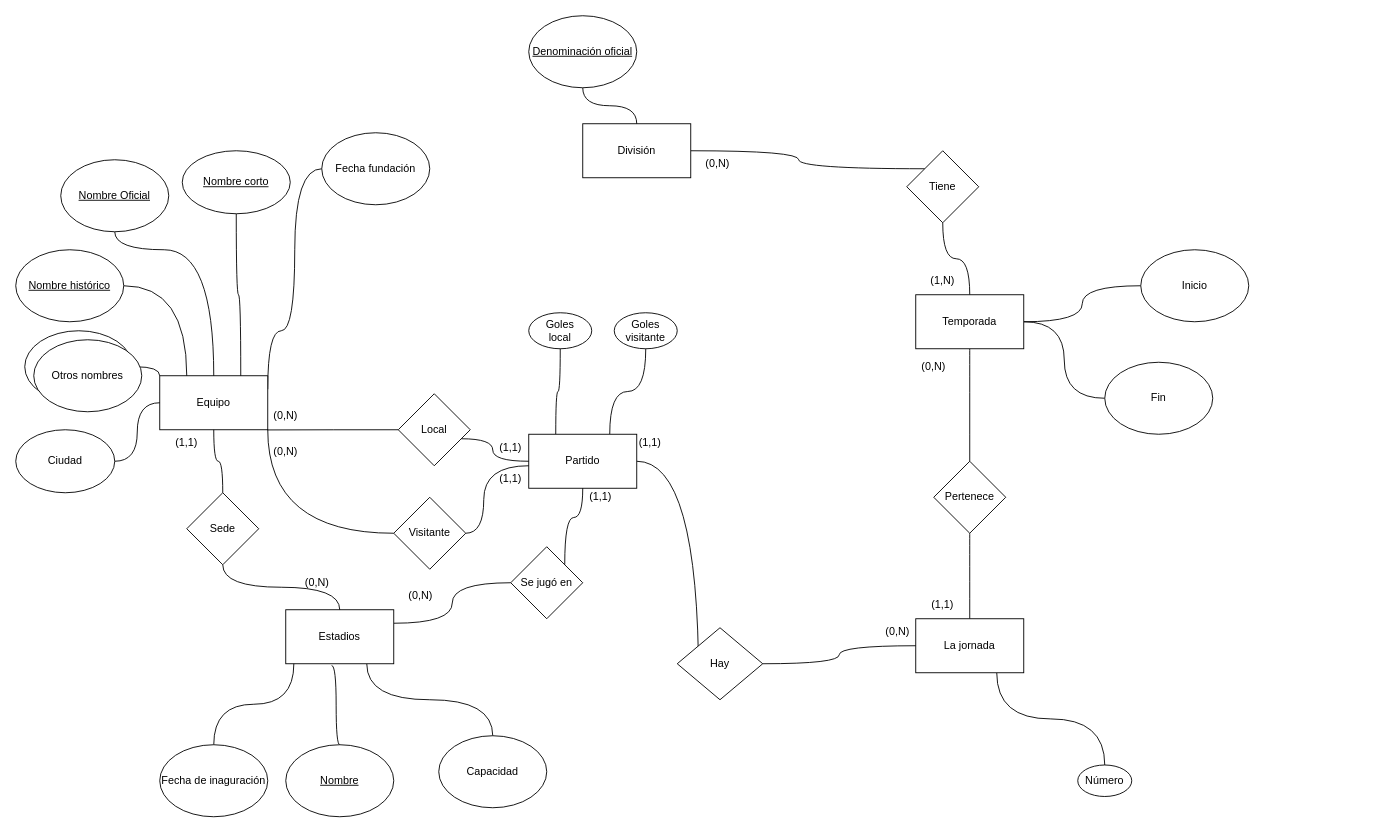
Above: draws/LigaFutbol.drawio in Practicass/Practica1_LigaFutbol (draw.io), before the change. Source tidied: cells renumbered, new cells numbered last; positions are measured from the earlier drawing's top-left corner, leaving out a move shared by most shapes. Both pictures are drawn from the tidied source at 90%, with x=0, y=0 at pixel (15, 15).
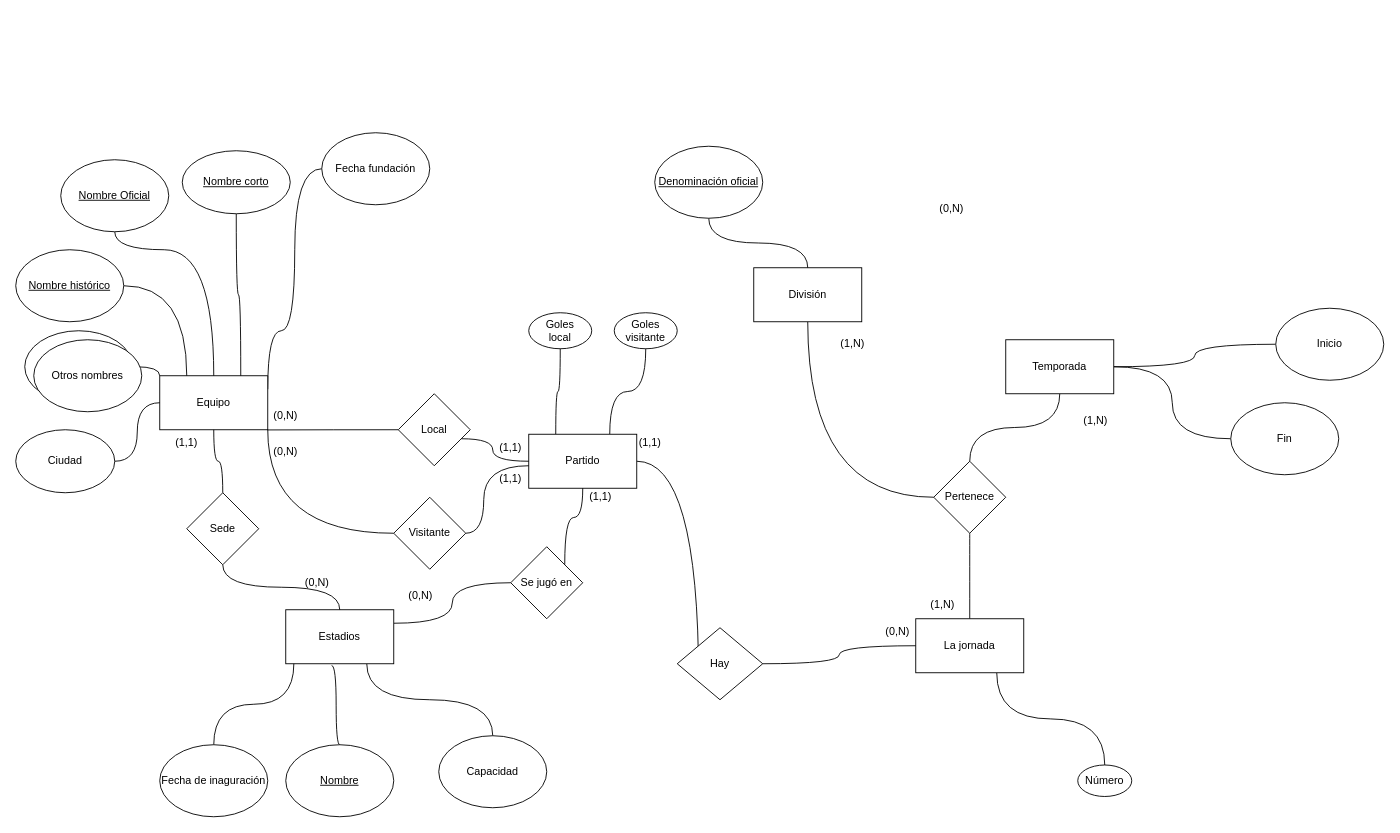
Above is the later version.

The change refers to these unchanged cells:
```xml
<mxCell id="34" value="Pertenece" style="rhombus;whiteSpace=wrap;html=1;" parent="1" vertex="1">
  <mxGeometry x="1020" y="495" width="80" height="80" as="geometry" />
</mxCell>
```

What changed in the source:
```diff
@@
-    <mxCell id="7" style="edgeStyle=orthogonalEdgeStyle;curved=1;rounded=0;jettySize=auto;html=1;entryX=0.5;entryY=1;entryDx=0;entryDy=0;strokeWidth=1;endArrow=none;endFill=0;" parent="1" edge="1" source="11" target="60">
-      <mxGeometry relative="1" as="geometry" />
-    </mxCell>
@@
     <mxCell id="11" value="Temporada" style="rounded=0;whiteSpace=wrap;html=1;" parent="1" vertex="1">
-      <mxGeometry x="1000" y="310" width="120" height="60" as="geometry" />
+      <mxGeometry x="1100" y="360" width="120" height="60" as="geometry" />
     </mxCell>
@@
-    <mxCell id="35" value="(1,1)" style="text;html=1;strokeColor=none;fillColor=none;align=center;verticalAlign=middle;whiteSpace=wrap;rounded=0;" parent="1" vertex="1">
+    <mxCell id="35" value="(1,N)" style="text;html=1;strokeColor=none;fillColor=none;align=center;verticalAlign=middle;whiteSpace=wrap;rounded=0;" parent="1" vertex="1">
       <mxGeometry x="1000" y="640" width="60" height="30" as="geometry" />
     </mxCell>
     <mxCell id="36" value="(0,N)" style="text;html=1;strokeColor=none;fillColor=none;align=center;verticalAlign=middle;whiteSpace=wrap;rounded=0;" parent="1" vertex="1">
-      <mxGeometry x="990" y="375" width="60" height="30" as="geometry" />
+      <mxGeometry x="1010" y="200" width="60" height="30" as="geometry" />
     </mxCell>
-    <mxCell id="37" style="edgeStyle=orthogonalEdgeStyle;curved=1;rounded=0;jettySize=auto;html=1;exitX=1;exitY=0.5;exitDx=0;exitDy=0;entryX=0;entryY=0;entryDx=0;entryDy=0;strokeWidth=1;endArrow=none;endFill=0;" parent="1" edge="1" source="38" target="60">
-      <mxGeometry relative="1" as="geometry" />
-    </mxCell>
+    <mxCell id="75" style="edgeStyle=orthogonalEdgeStyle;rounded=0;jettySize=auto;html=1;exitX=0.5;exitY=1;exitDx=0;exitDy=0;entryX=0;entryY=0.5;entryDx=0;entryDy=0;curved=1;endArrow=none;endFill=0;" parent="1" edge="1" source="38" target="34">
+      <mxGeometry relative="1" as="geometry" />
+    </mxCell>
     <mxCell id="38" value="División" style="rounded=0;whiteSpace=wrap;html=1;" parent="1" vertex="1">
-      <mxGeometry x="630" y="120" width="120" height="60" as="geometry" />
+      <mxGeometry x="820" y="280" width="120" height="60" as="geometry" />
     </mxCell>
@@
-    <mxCell id="60" value="Tiene" style="rhombus;whiteSpace=wrap;html=1;" parent="1" vertex="1">
-      <mxGeometry x="990" y="150" width="80" height="80" as="geometry" />
-    </mxCell>
@@
     <mxCell id="62" value="Denominación oficial" style="ellipse;whiteSpace=wrap;html=1;fontStyle=4;" parent="1" vertex="1">
-      <mxGeometry x="570" width="120" height="80" as="geometry" />
+      <mxGeometry x="710" y="145" width="120" height="80" as="geometry" />
     </mxCell>
@@
-    <mxCell id="69" value="(0,N)" style="text;html=1;strokeColor=none;fillColor=none;align=center;verticalAlign=middle;whiteSpace=wrap;rounded=0;" parent="1" vertex="1">
-      <mxGeometry x="750" y="150" width="60" height="30" as="geometry" />
+    <mxCell id="69" value="(1,N)" style="text;html=1;strokeColor=none;fillColor=none;align=center;verticalAlign=middle;whiteSpace=wrap;rounded=0;" parent="1" vertex="1">
+      <mxGeometry x="900" y="350" width="60" height="30" as="geometry" />
     </mxCell>
     <mxCell id="70" value="(1,N)" style="text;html=1;strokeColor=none;fillColor=none;align=center;verticalAlign=middle;whiteSpace=wrap;rounded=0;" parent="1" vertex="1">
-      <mxGeometry x="1000" y="280" width="60" height="30" as="geometry" />
+      <mxGeometry x="1170" y="435" width="60" height="30" as="geometry" />
     </mxCell>
@@
     <mxCell id="73" value="Inicio" style="ellipse;whiteSpace=wrap;html=1;" parent="1" vertex="1">
-      <mxGeometry x="1250" y="260" width="120" height="80" as="geometry" />
+      <mxGeometry x="1400" y="325" width="120" height="80" as="geometry" />
     </mxCell>
     <mxCell id="74" value="Fin" style="ellipse;whiteSpace=wrap;html=1;" parent="1" vertex="1">
-      <mxGeometry x="1210" y="385" width="120" height="80" as="geometry" />
+      <mxGeometry x="1350" y="430" width="120" height="80" as="geometry" />
     </mxCell>
```
